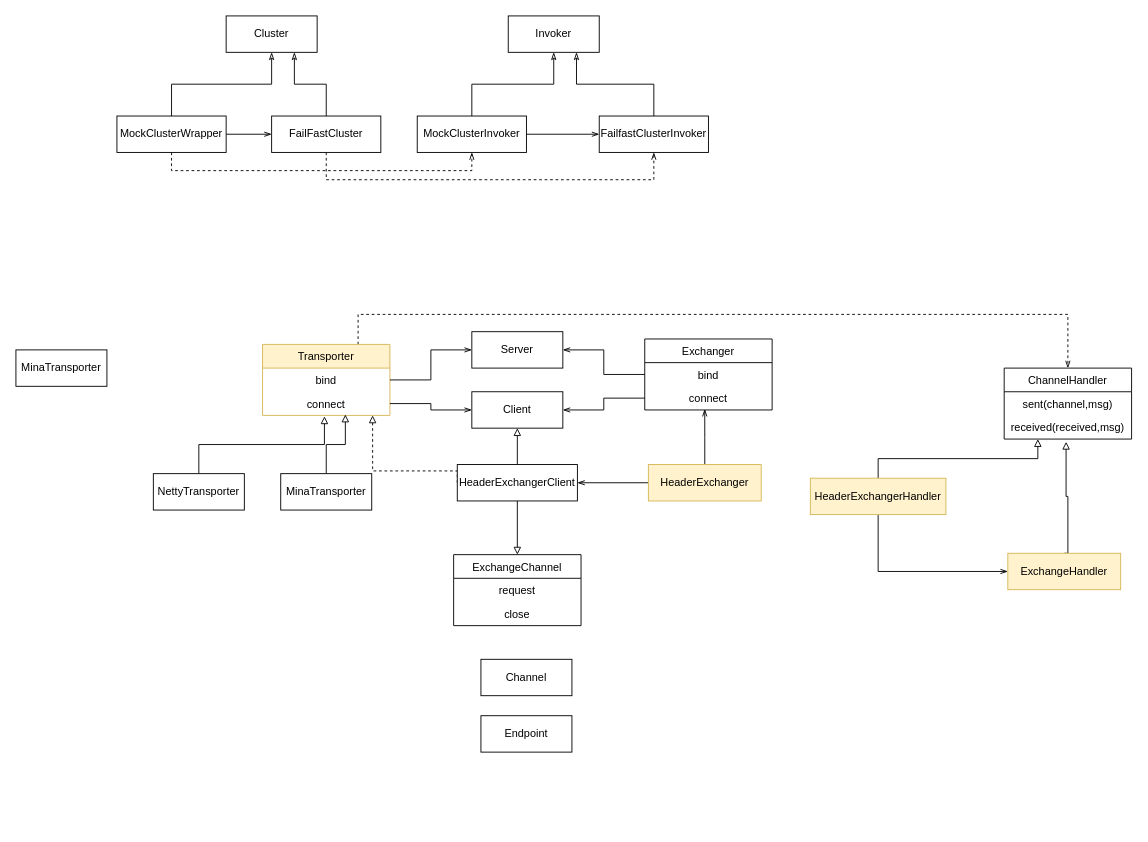
MihirrajDixit/drawio keeps this draw.io diagram as dubbo.drawio. Above is the earlier version. Source tidied: cells renumbered, new cells numbered last; positions are measured from the earlier drawing's top-left corner, leaving out a move shared by most shapes. Both pictures are drawn from the tidied source at 91%, with x=0, y=0 at pixel (15, 15).
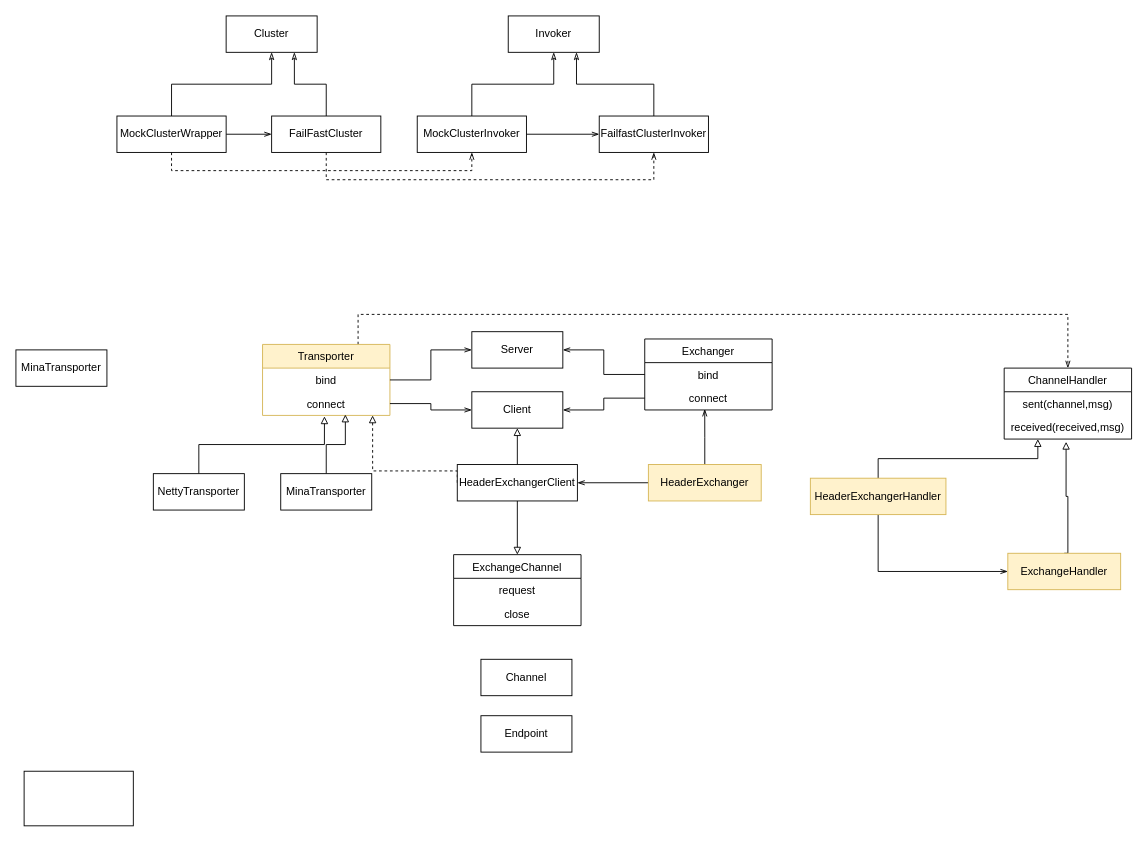
Above is the later version.

What changed in the source:
```diff
@@
+    <mxCell id="55" style="rounded=0;whiteSpace=wrap;html=1;" parent="1" vertex="1">
+      <mxGeometry x="9" y="830" width="120" height="60" as="geometry" />
+    </mxCell>
```
